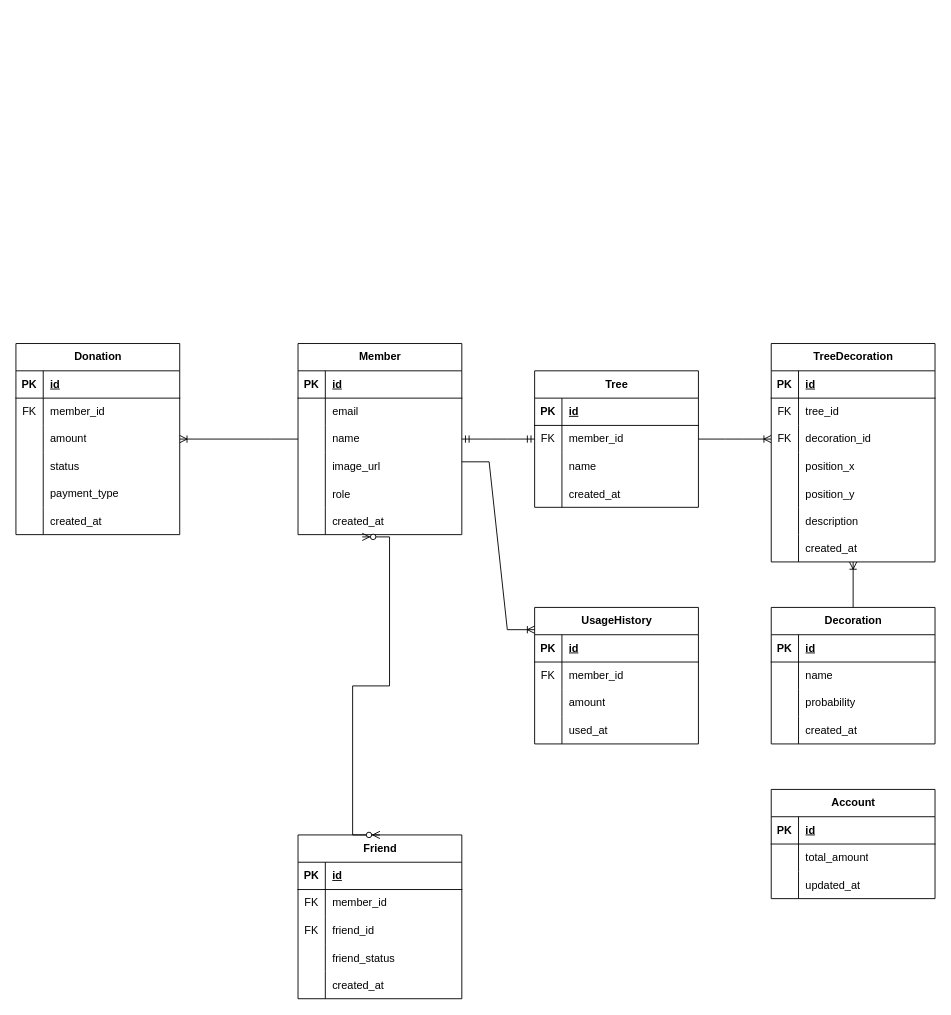
Above: ChaeumERD.drawio in 2025-Advanced-Capstone-Chaeum/ERD (draw.io), before the change. Source tidied: cells renumbered, new cells numbered last; positions are measured from the earlier drawing's top-left corner, leaving out a move shared by most shapes. Both pictures are drawn from the tidied source at 91%, with x=0, y=0 at pixel (15, 343).
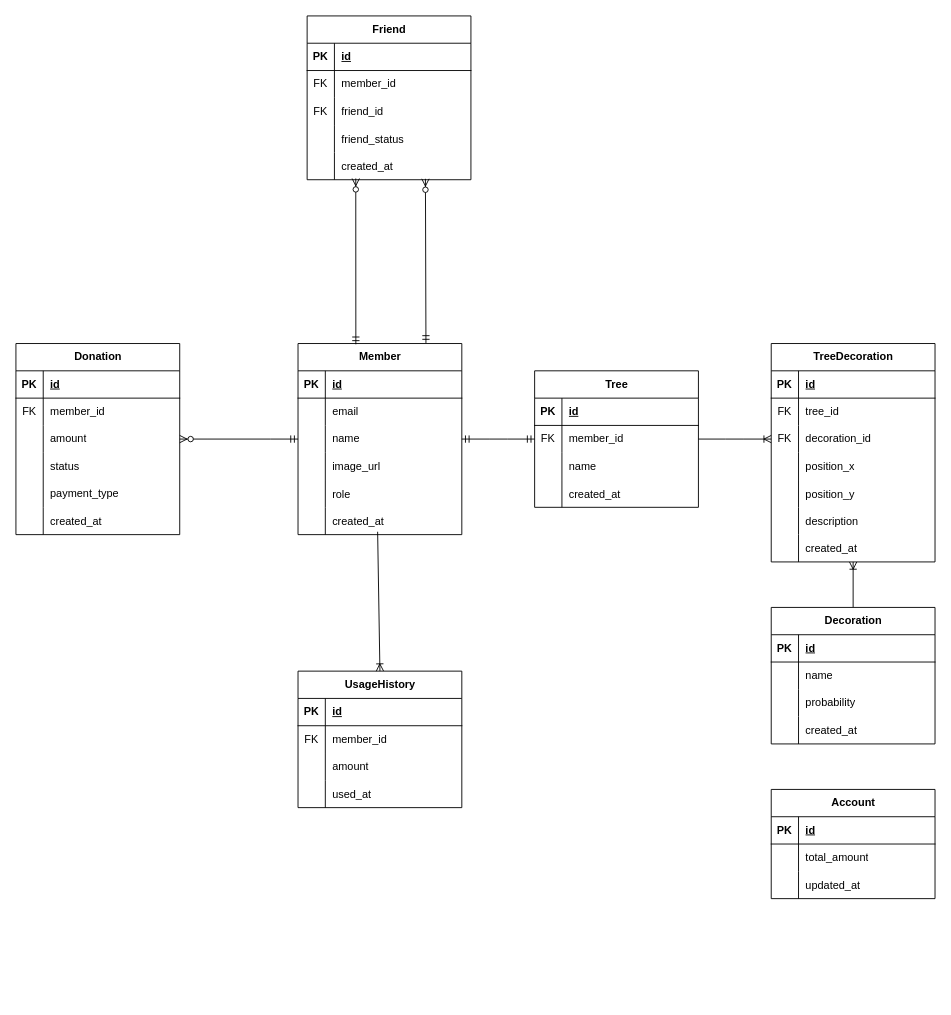
Above is the later version.

Commit message:
docs: Member - Friend 관계 화살표 수정 및 다대다 구조 정리

Unchanged cells that the change refers to:
```xml
<mxCell id="2" value="Member" style="shape=table;startSize=30;childLayout=tableLayout;rowLines=0;fontStyle=1;align=center;html=1;" parent="1" vertex="1">
  <mxGeometry x="310" width="180" height="210" as="geometry" />
</mxCell>
<mxCell id="9" style="shape=tableRow;horizontal=0;startSize=0;swimlaneHead=0;swimlaneBody=0;fillColor=none;points=[[0,0.5],[1,0.5]];portConstraint=eastwest;top=0;left=0;right=0;bottom=0;" parent="2" vertex="1">
  <mxGeometry y="90" width="180" height="30" as="geometry" />
</mxCell>
<mxCell id="18" style="shape=tableRow;horizontal=0;startSize=0;swimlaneHead=0;swimlaneBody=0;fillColor=none;points=[[0,0.5],[1,0.5]];portConstraint=eastwest;top=0;left=0;right=0;bottom=0;" parent="2" vertex="1">
  <mxGeometry y="180" width="180" height="30" as="geometry" />
</mxCell>
<mxCell id="72" value="Donation" style="shape=table;startSize=30;childLayout=tableLayout;rowLines=0;fontStyle=1;align=center;html=1;" parent="1" vertex="1">
  <mxGeometry width="180" height="210" as="geometry" />
</mxCell>
<mxCell id="79" style="shape=tableRow;horizontal=0;startSize=0;swimlaneHead=0;swimlaneBody=0;fillColor=none;points=[[0,0.5],[1,0.5]];portConstraint=eastwest;top=0;left=0;right=0;bottom=0;" parent="72" vertex="1">
  <mxGeometry y="90" width="180" height="30" as="geometry" />
</mxCell>
<mxCell id="117" style="shape=tableRow;horizontal=0;startSize=0;swimlaneHead=0;swimlaneBody=0;fillColor=none;points=[[0,0.5],[1,0.5]];portConstraint=eastwest;top=0;left=0;right=0;bottom=0;" parent="104" vertex="1">
  <mxGeometry y="150" width="180" height="30" as="geometry" />
</mxCell>
```

Change to the diagram source:
```diff
@@
-    <mxCell id="21" style="edgeStyle=entityRelationEdgeStyle;fontSize=12;html=1;endArrow=ERmandOne;startArrow=ERmandOne;rounded=0;exitX=1;exitY=0.5;exitDx=0;exitDy=0;" parent="1" edge="1" source="9">
+    <mxCell id="21" style="edgeStyle=entityRelationEdgeStyle;fontSize=12;html=1;endArrow=ERmandOne;startArrow=ERmandOne;rounded=0;" parent="1" edge="1" source="2">
       <mxGeometry relative="1" as="geometry">
         <mxPoint x="570" y="105" as="targetPoint" />
       </mxGeometry>
     </mxCell>
@@
     <mxCell id="91" value="UsageHistory" style="shape=table;startSize=30;childLayout=tableLayout;rowLines=0;fontStyle=1;align=center;html=1;" parent="1" vertex="1">
-      <mxGeometry x="570" y="290" width="180" height="150" as="geometry" />
+      <mxGeometry x="310" y="360" width="180" height="150" as="geometry" />
     </mxCell>
@@
     <mxCell id="104" value="Friend" style="shape=table;startSize=30;childLayout=tableLayout;rowLines=0;fontStyle=1;align=center;html=1;" parent="1" vertex="1">
-      <mxGeometry x="310" y="540" width="180" height="180" as="geometry" />
+      <mxGeometry x="320" y="-360" width="180" height="180" as="geometry" />
     </mxCell>
@@
-    <mxCell id="130" style="edgeStyle=entityRelationEdgeStyle;fontSize=12;html=1;endArrow=ERoneToMany;rounded=0;exitX=0;exitY=0.5;exitDx=0;exitDy=0;entryX=1;entryY=0.5;entryDx=0;entryDy=0;" parent="1" edge="1" source="9" target="79">
-      <mxGeometry relative="1" as="geometry">
-        <Array as="points">
-          <mxPoint x="300" y="90" />
-          <mxPoint x="310" y="120" />
-        </Array>
-      </mxGeometry>
-    </mxCell>
-    <mxCell id="131" style="edgeStyle=entityRelationEdgeStyle;fontSize=12;html=1;endArrow=ERoneToMany;rounded=0;exitX=1;exitY=0.5;exitDx=0;exitDy=0;entryX=0;entryY=0.163;entryDx=0;entryDy=0;entryPerimeter=0;" parent="1" edge="1" target="91">
-      <mxGeometry relative="1" as="geometry">
-        <mxPoint x="490" y="130" as="sourcePoint" />
-        <Array as="points">
-          <mxPoint x="510" y="130" />
-          <mxPoint x="535" y="200" />
-          <mxPoint x="550" y="200" />
-        </Array>
-      </mxGeometry>
+    <mxCell id="131" style="fontSize=12;html=1;endArrow=ERoneToMany;rounded=0;entryX=0.5;entryY=0;entryDx=0;entryDy=0;exitX=0.486;exitY=0.895;exitDx=0;exitDy=0;exitPerimeter=0;" parent="1" edge="1" source="18" target="91">
+      <mxGeometry relative="1" as="geometry" />
     </mxCell>
-    <mxCell id="132" style="edgeStyle=entityRelationEdgeStyle;fontSize=12;html=1;endArrow=ERzeroToMany;endFill=1;startArrow=ERzeroToMany;rounded=0;exitX=0.5;exitY=0;exitDx=0;exitDy=0;entryX=0.392;entryY=1.083;entryDx=0;entryDy=0;entryPerimeter=0;" parent="1" edge="1" source="104" target="18">
-      <mxGeometry relative="1" as="geometry">
-        <Array as="points">
-          <mxPoint x="407" y="450" />
-          <mxPoint x="407" y="380" />
-        </Array>
-      </mxGeometry>
-    </mxCell>
+    <mxCell id="133" style="edgeStyle=entityRelationEdgeStyle;fontSize=12;html=1;endArrow=ERzeroToMany;startArrow=ERmandOne;rounded=0;" parent="1" edge="1" source="2" target="72">
+      <mxGeometry relative="1" as="geometry" />
+    </mxCell>
+    <mxCell id="134" style="fontSize=12;html=1;endArrow=ERzeroToMany;startArrow=ERmandOne;rounded=0;exitX=0.353;exitY=0.004;exitDx=0;exitDy=0;entryX=0.297;entryY=0.955;entryDx=0;entryDy=0;entryPerimeter=0;exitPerimeter=0;" parent="1" edge="1" source="2" target="117">
+      <mxGeometry relative="1" as="geometry" />
+    </mxCell>
+    <mxCell id="135" style="fontSize=12;html=1;endArrow=ERzeroToMany;startArrow=ERmandOne;rounded=0;exitX=0.781;exitY=-0.003;exitDx=0;exitDy=0;exitPerimeter=0;" parent="1" edge="1" source="2">
+      <mxGeometry relative="1" as="geometry">
+        <mxPoint x="450" y="-181" as="targetPoint" />
+      </mxGeometry>
+    </mxCell>
```
